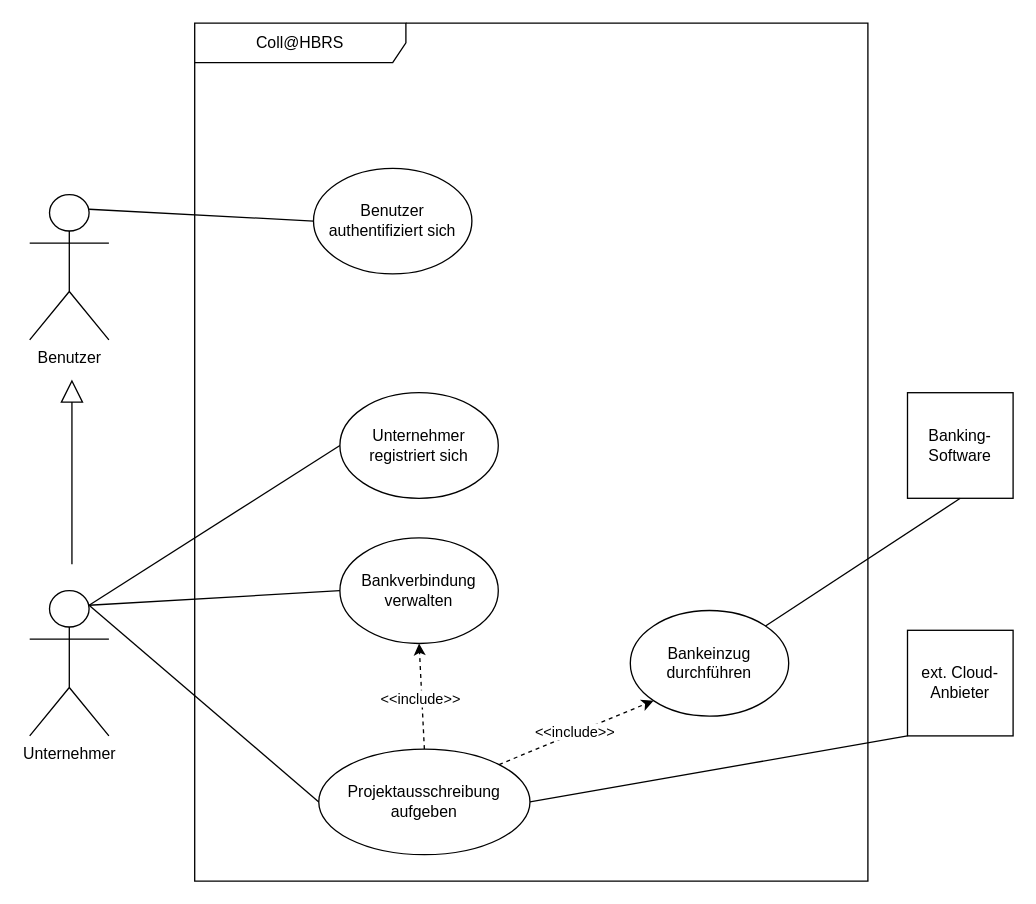
The draw.io diagram src/org/hbrs/se1/ws25/exercises/uebung6/aufgabe1/Übung6_Aufg1b_mkierd2s.drawio in mike9701/se1ws25_mkierd2s, before the edit. Source tidied: cells renumbered, new cells numbered last; positions are measured from the earlier drawing's top-left corner, leaving out a move shared by most shapes. Both pictures are drawn from the tidied source at 132%, with x=0, y=0 at pixel (29, 22).
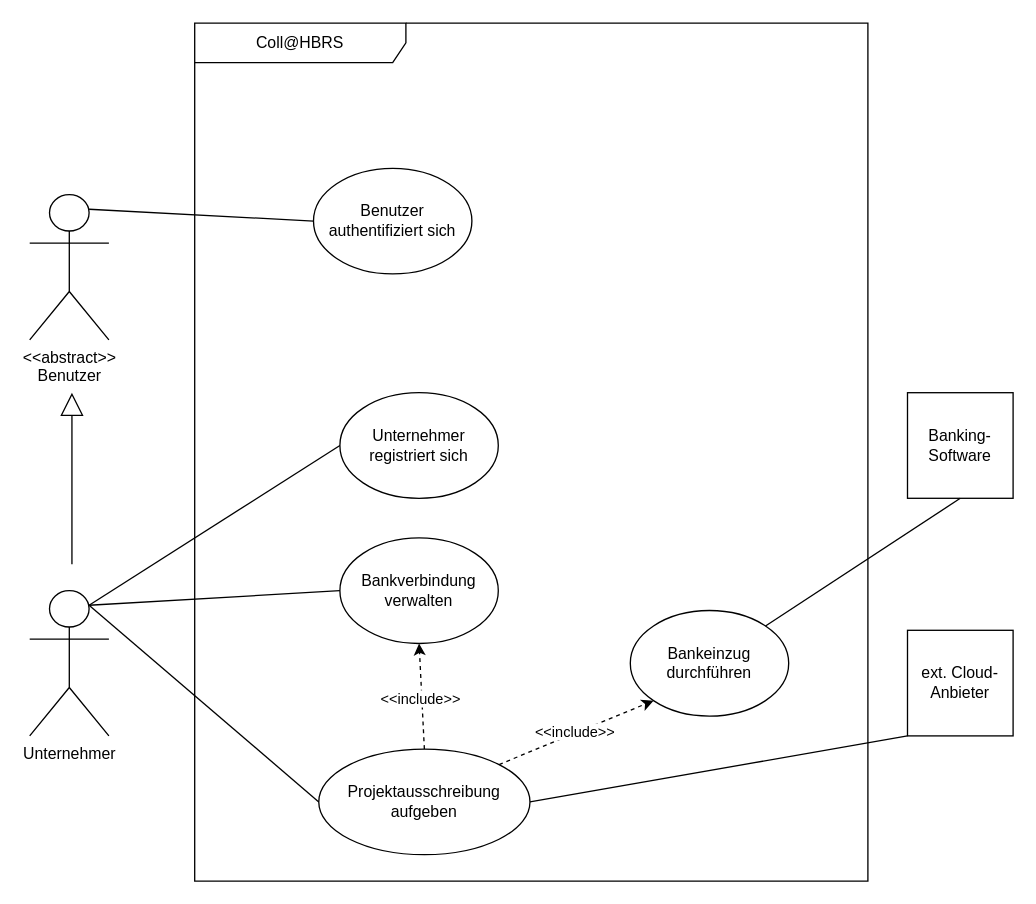
The same diagram, later.

The edit, as a diff of the source:
```diff
@@
     <mxCell id="13" style="endArrow=block;html=1;rounded=0;endFill=0;endSize=15;" parent="1" edge="1">
       <mxGeometry relative="1" as="geometry">
         <mxPoint x="32" y="410" as="sourcePoint" />
-        <mxPoint x="32" y="270" as="targetPoint" />
+        <mxPoint x="32" y="280" as="targetPoint" />
       </mxGeometry>
     </mxCell>
@@
-    <mxCell id="15" value="Benutzer" style="shape=umlActor;verticalLabelPosition=bottom;verticalAlign=top;html=1;" parent="1" vertex="1">
+    <mxCell id="15" value="&lt;div&gt;&amp;lt;&amp;lt;abstract&amp;gt;&amp;gt;&lt;/div&gt;Benutzer" style="shape=umlActor;verticalLabelPosition=bottom;verticalAlign=top;html=1;" parent="1" vertex="1">
       <mxGeometry y="130" width="60" height="110" as="geometry" />
     </mxCell>
```
